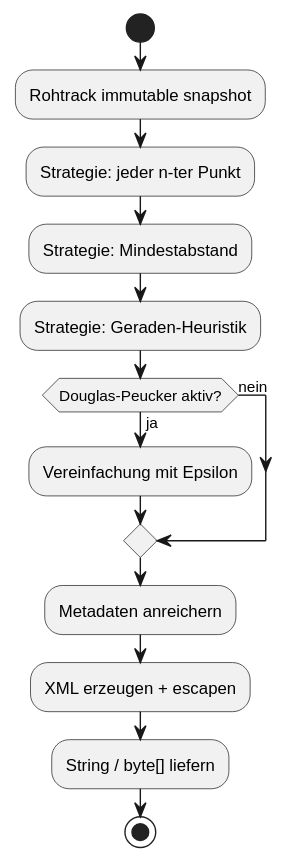
Before: Vorschrieb/plantuml/out/SWE_Kompass_Activity_GpxExport.svg, a diagram exported from PlantUML (BenschD/SWE-Kompass).
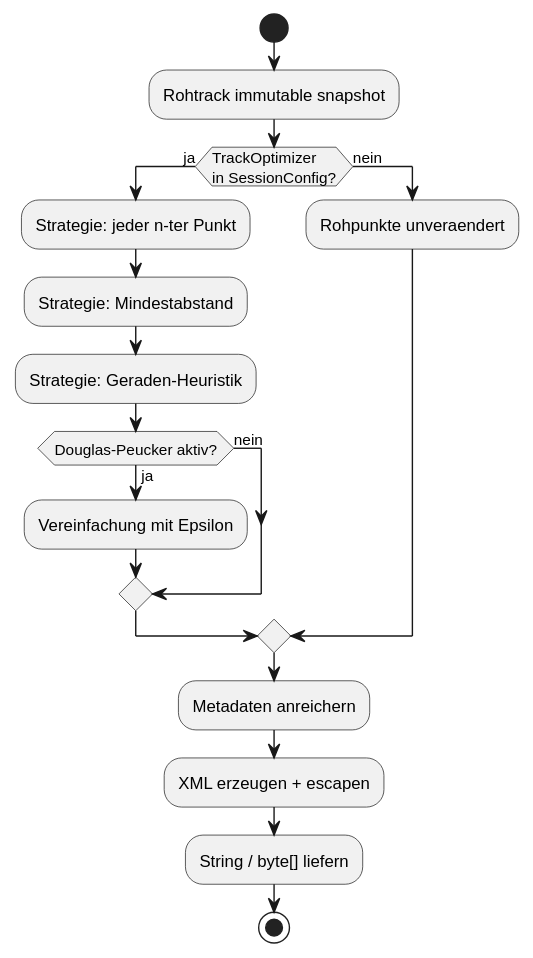
The same diagram one commit later.

Change to the diagram source:
```diff
@@ -3,12 +3,16 @@
 skinparam shadowing false
 start
 :Rohtrack immutable snapshot;
-:Strategie: jeder n-ter Punkt;
-:Strategie: Mindestabstand;
-:Strategie: Geraden-Heuristik;
-if (Douglas-Peucker aktiv?) then (ja)
-  :Vereinfachung mit Epsilon;
+if (TrackOptimizer\nin SessionConfig?) then (ja)
+  :Strategie: jeder n-ter Punkt;
+  :Strategie: Mindestabstand;
+  :Strategie: Geraden-Heuristik;
+  if (Douglas-Peucker aktiv?) then (ja)
+    :Vereinfachung mit Epsilon;
+  else (nein)
+  endif
 else (nein)
+  :Rohpunkte unveraendert;
 endif
 :Metadaten anreichern;
 :XML erzeugen + escapen;
```
